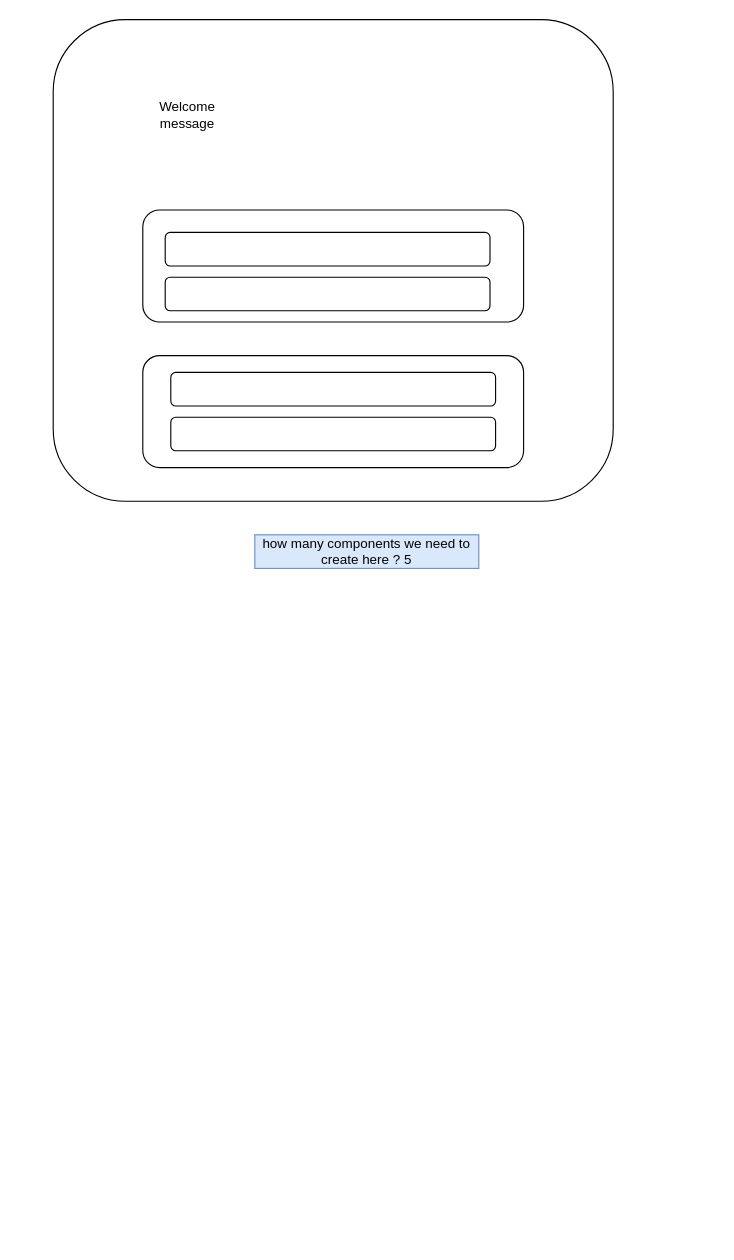
Before: page "Page-14" (14 of 14) of Untitled Diagram.drawio in abhinandanchivate/ibm-react-feb, a draw.io diagram. Source tidied: cells renumbered, new cells numbered last; positions are measured from the earlier drawing's top-left corner, leaving out a move shared by most shapes. Both pictures are drawn from the tidied source at 112%, with x=0, y=0 at pixel (53, 19).
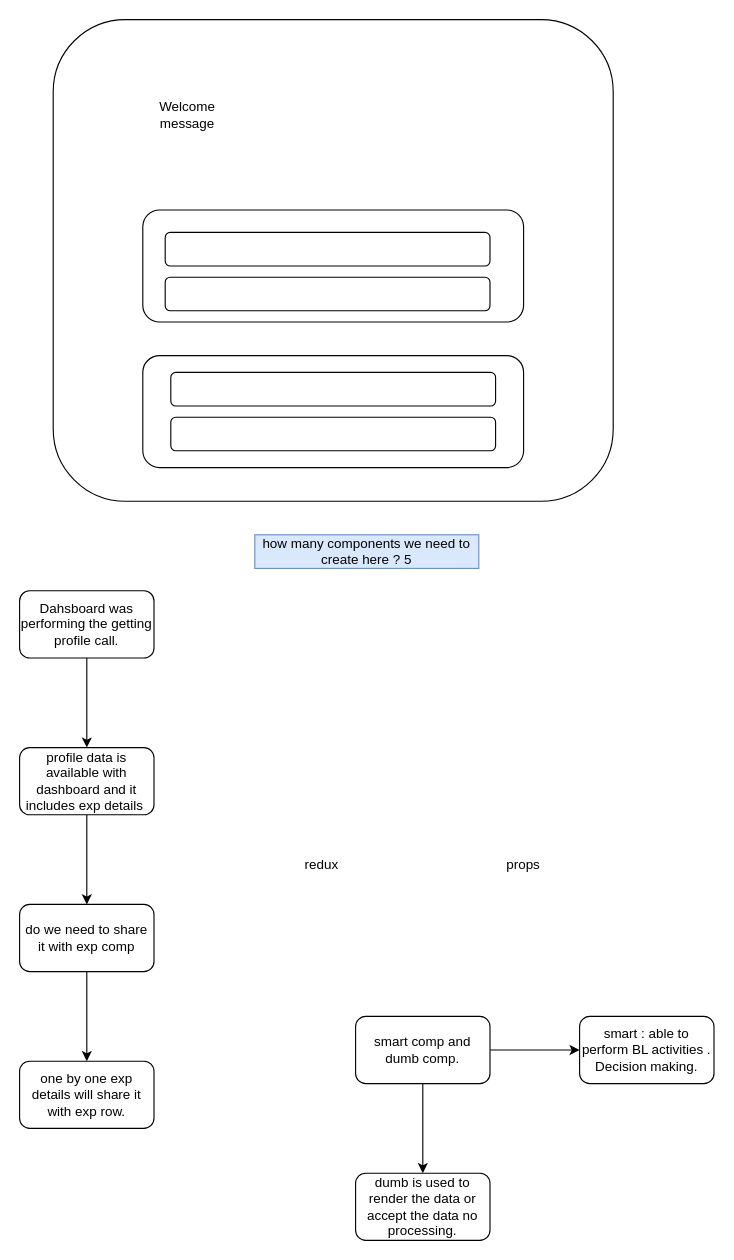
Above is the later version.

Change to the diagram source:
```diff
@@
+    <mxCell id="11" style="edgeStyle=orthogonalEdgeStyle;rounded=0;jettySize=auto;html=1;" parent="1" edge="1" source="12" target="14">
+      <mxGeometry relative="1" as="geometry" />
+    </mxCell>
+    <mxCell id="12" value="Dahsboard was performing the getting profile call." style="rounded=1;whiteSpace=wrap;html=1;" parent="1" vertex="1">
+      <mxGeometry x="-30" y="510" width="120" height="60" as="geometry" />
+    </mxCell>
+    <mxCell id="13" style="edgeStyle=orthogonalEdgeStyle;rounded=0;jettySize=auto;html=1;" parent="1" edge="1" source="14" target="16">
+      <mxGeometry relative="1" as="geometry" />
+    </mxCell>
+    <mxCell id="14" value="profile data is available with dashboard and it includes exp details&amp;nbsp;" style="whiteSpace=wrap;html=1;rounded=1;" parent="1" vertex="1">
+      <mxGeometry x="-30" y="650" width="120" height="60" as="geometry" />
+    </mxCell>
+    <mxCell id="15" style="edgeStyle=orthogonalEdgeStyle;rounded=0;jettySize=auto;html=1;" parent="1" edge="1" source="16" target="17">
+      <mxGeometry relative="1" as="geometry" />
+    </mxCell>
+    <mxCell id="16" value="do we need to share it with exp comp" style="whiteSpace=wrap;html=1;rounded=1;" parent="1" vertex="1">
+      <mxGeometry x="-30" y="790" width="120" height="60" as="geometry" />
+    </mxCell>
+    <mxCell id="17" value="one by one exp details will share it with exp row." style="whiteSpace=wrap;html=1;rounded=1;" parent="1" vertex="1">
+      <mxGeometry x="-30" y="930" width="120" height="60" as="geometry" />
+    </mxCell>
+    <mxCell id="18" value="redux" style="text;html=1;whiteSpace=wrap;strokeColor=none;fillColor=none;align=center;verticalAlign=middle;rounded=0;" parent="1" vertex="1">
+      <mxGeometry x="210" y="740" width="60" height="30" as="geometry" />
+    </mxCell>
+    <mxCell id="19" value="props" style="text;html=1;whiteSpace=wrap;strokeColor=none;fillColor=none;align=center;verticalAlign=middle;rounded=0;" parent="1" vertex="1">
+      <mxGeometry x="390" y="740" width="60" height="30" as="geometry" />
+    </mxCell>
+    <mxCell id="20" style="edgeStyle=orthogonalEdgeStyle;rounded=0;jettySize=auto;html=1;" parent="1" edge="1" source="22" target="23">
+      <mxGeometry relative="1" as="geometry" />
+    </mxCell>
+    <mxCell id="21" style="edgeStyle=orthogonalEdgeStyle;rounded=0;jettySize=auto;html=1;" parent="1" edge="1" source="22" target="24">
+      <mxGeometry relative="1" as="geometry" />
+    </mxCell>
+    <mxCell id="22" value="smart comp and dumb comp." style="rounded=1;whiteSpace=wrap;html=1;" parent="1" vertex="1">
+      <mxGeometry x="270" y="890" width="120" height="60" as="geometry" />
+    </mxCell>
+    <mxCell id="23" value="smart : able to perform BL activities . Decision making." style="whiteSpace=wrap;html=1;rounded=1;" parent="1" vertex="1">
+      <mxGeometry x="470" y="890" width="120" height="60" as="geometry" />
+    </mxCell>
+    <mxCell id="24" value="dumb is used to render the data or accept the data no processing." style="whiteSpace=wrap;html=1;rounded=1;" parent="1" vertex="1">
+      <mxGeometry x="270" y="1030" width="120" height="60" as="geometry" />
+    </mxCell>
```
